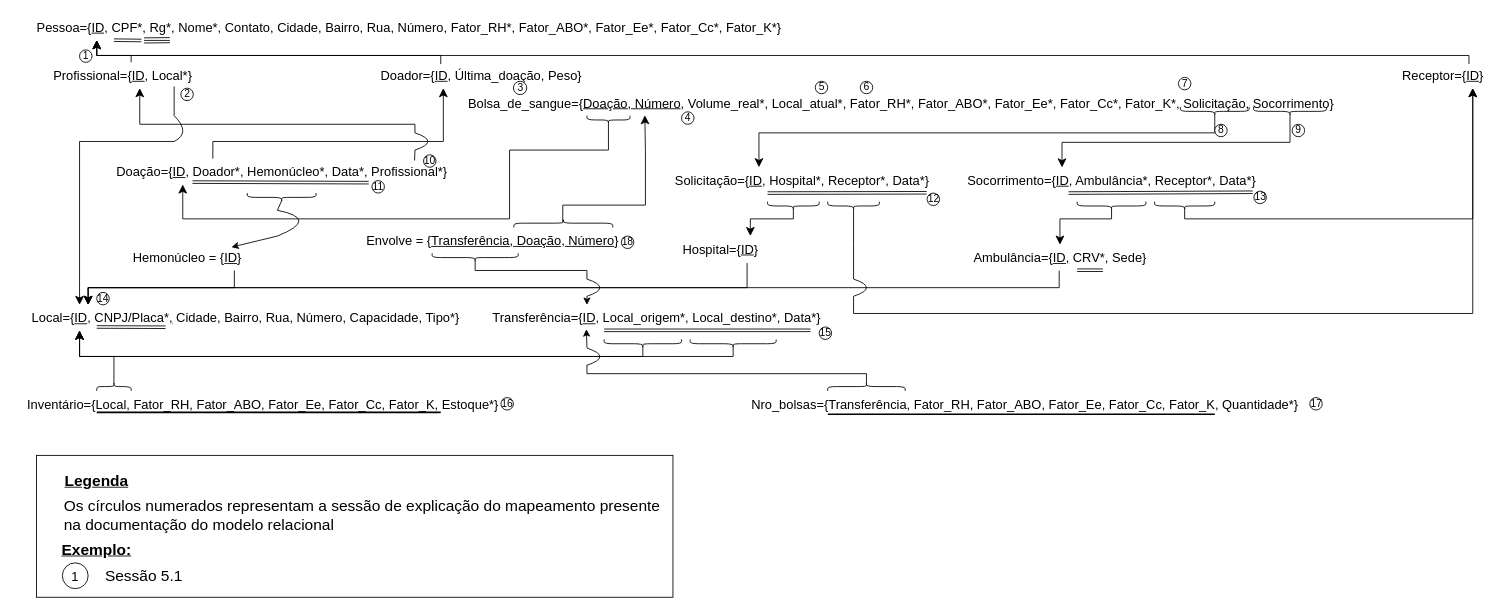
This is Docs/Sangue_Relacional.drawio from XandGVaz/projeto-banco-de-dados, a draw.io file, before an edit. Source tidied: cells renumbered, new cells numbered last; positions are measured from the earlier drawing's top-left corner, leaving out a move shared by most shapes. Both pictures are drawn from the tidied source at 86%, with x=0, y=0 at pixel (15, 14).
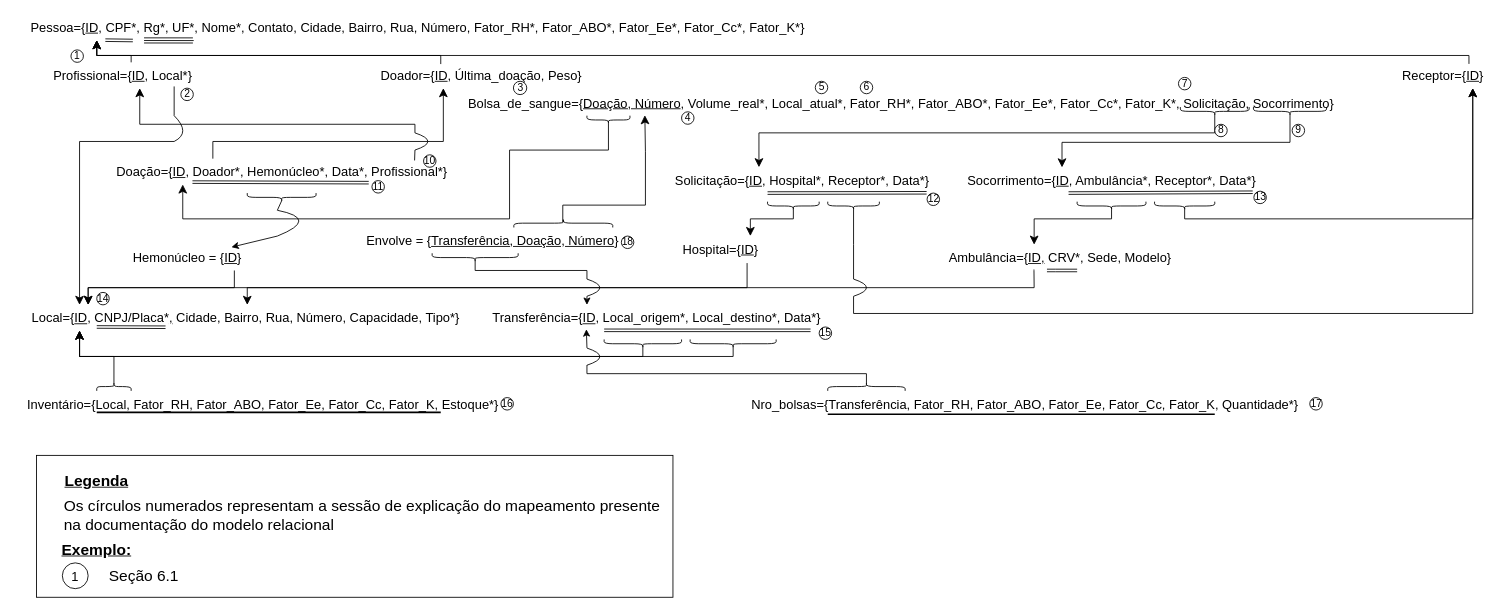
The same page after the edit.

The change refers to these unchanged cells:
```xml
<mxCell id="24" value="&lt;span style=&quot;font-size: 15px;&quot;&gt;Local={&lt;u&gt;ID&lt;/u&gt;, CNPJ/Placa*&lt;u&gt;,&lt;/u&gt;&amp;nbsp;Cidade, Bairro, Rua, Número, Capacidade, Tipo*}&amp;nbsp;&lt;/span&gt;" style="text;html=1;align=center;verticalAlign=middle;points=[];strokeColor=none;fillColor=none;" parent="1" vertex="1">
  <mxGeometry x="5" y="338" width="530" height="30" as="geometry" />
</mxCell>
<mxCell id="39" style="shape=curlyBracket;whiteSpace=wrap;html=1;rounded=1;labelPosition=left;verticalLabelPosition=middle;align=right;verticalAlign=middle;direction=north;" parent="1" vertex="1">
  <mxGeometry x="1235" y="218" width="80" height="10" as="geometry" />
</mxCell>
```

Change to the diagram source:
```diff
@@
-    <mxCell id="2" value="&lt;font style=&quot;font-size: 15px;&quot;&gt;Pessoa={&lt;u&gt;ID,&lt;/u&gt;&amp;nbsp;CPF*, Rg*, Nome*, Contato, Cidade, Bairro, Rua, Número, Fator_RH*, Fator_ABO*, Fator_Ee*, Fator_Cc*, Fator_K*}&amp;nbsp;&lt;/font&gt;" style="text;html=1;align=center;verticalAlign=middle;points=[];strokeColor=none;fillColor=none;" parent="1" vertex="1">
-      <mxGeometry x="15" y="0.2" width="890" height="30" as="geometry" />
+    <mxCell id="2" value="&lt;font style=&quot;font-size: 15px;&quot;&gt;Pessoa={&lt;u&gt;ID,&lt;/u&gt;&amp;nbsp;CPF*, Rg*, UF*, Nome*, Contato, Cidade, Bairro, Rua, Número, Fator_RH*, Fator_ABO*, Fator_Ee*, Fator_Cc*, Fator_K*}&amp;nbsp;&lt;/font&gt;" style="text;html=1;align=center;verticalAlign=middle;points=[];strokeColor=none;fillColor=none;" parent="1" vertex="1">
+      <mxGeometry x="5" y="0.2" width="930" height="30" as="geometry" />
     </mxCell>
     <mxCell id="3" style="endArrow=none;html=1;rounded=0;shape=link;strokeWidth=1;startSize=1;width=3;" parent="1" edge="1">
       <mxGeometry relative="1" as="geometry">
-        <mxPoint x="115" y="30.2" as="sourcePoint" />
-        <mxPoint x="147" y="30.6" as="targetPoint" />
+        <mxPoint x="105" y="30.2" as="sourcePoint" />
+        <mxPoint x="137" y="30.6" as="targetPoint" />
       </mxGeometry>
     </mxCell>
@@
-    <mxCell id="27" value="&lt;font style=&quot;font-size: 15px;&quot;&gt;Ambulância={&lt;u&gt;ID,&lt;/u&gt;&amp;nbsp;CRV*, Sede}&lt;/font&gt;" style="text;html=1;align=center;verticalAlign=middle;points=[];strokeColor=none;fillColor=none;" parent="1" vertex="1">
-      <mxGeometry x="1105" y="268" width="220" height="30" as="geometry" />
+    <mxCell id="27" value="&lt;font style=&quot;font-size: 15px;&quot;&gt;Ambulância={&lt;u&gt;ID,&lt;/u&gt;&amp;nbsp;CRV*, Sede, Modelo}&lt;/font&gt;" style="text;html=1;align=center;verticalAlign=middle;points=[];strokeColor=none;fillColor=none;" parent="1" vertex="1">
+      <mxGeometry x="1075" y="268" width="280" height="30" as="geometry" />
     </mxCell>
@@
-    <mxCell id="32" style="edgeStyle=segmentEdgeStyle;endArrow=classic;html=1;curved=0;rounded=0;endSize=8;startSize=8;exitX=0.496;exitY=1.006;exitDx=0;exitDy=0;exitPerimeter=0;" parent="1" edge="1" source="27" target="24">
+    <mxCell id="32" style="edgeStyle=segmentEdgeStyle;endArrow=classic;html=1;curved=0;rounded=0;endSize=8;startSize=8;exitX=0.392;exitY=0.962;exitDx=0;exitDy=0;exitPerimeter=0;" parent="1" edge="1" source="27" target="24">
       <mxGeometry relative="1" as="geometry">
         <Array as="points">
-          <mxPoint x="1214" y="318" />
-          <mxPoint x="85" y="318" />
+          <mxPoint x="1185" y="298" />
+          <mxPoint x="1185" y="298" />
+          <mxPoint x="1185" y="318" />
+          <mxPoint x="270" y="318" />
         </Array>
       </mxGeometry>
     </mxCell>
@@
     <mxCell id="40" style="edgeStyle=segmentEdgeStyle;endArrow=classic;html=1;curved=0;rounded=0;endSize=8;startSize=8;exitX=0.1;exitY=0.5;exitDx=0;exitDy=0;exitPerimeter=0;" parent="1" edge="1" source="39" target="27">
       <mxGeometry relative="1" as="geometry">
         <Array as="points">
           <mxPoint x="1275" y="238" />
-          <mxPoint x="1215" y="238" />
+          <mxPoint x="1185" y="238" />
         </Array>
       </mxGeometry>
     </mxCell>
@@
     <mxCell id="66" value="1" style="ellipse;whiteSpace=wrap;html=1;" parent="1" vertex="1">
-      <mxGeometry x="75" y="41.5" width="14.5" height="14.5" as="geometry" />
+      <mxGeometry x="65" y="41.5" width="14.5" height="14.5" as="geometry" />
     </mxCell>
@@
-    <mxCell id="86" value="&lt;font style=&quot;font-size: 18px;&quot;&gt;Sessão 5.1&lt;/font&gt;" style="text;strokeColor=none;align=center;fillColor=none;html=1;verticalAlign=middle;whiteSpace=wrap;rounded=0;" parent="1" vertex="1">
+    <mxCell id="86" value="&lt;font style=&quot;font-size: 18px;&quot;&gt;Seção 6.1&lt;/font&gt;" style="text;strokeColor=none;align=center;fillColor=none;html=1;verticalAlign=middle;whiteSpace=wrap;rounded=0;" parent="1" vertex="1">
       <mxGeometry x="95" y="638" width="110" height="30" as="geometry" />
     </mxCell>
@@
-    <mxCell id="89" style="endArrow=none;html=1;rounded=0;shape=link;strokeWidth=1;startSize=1;width=5.961538461538462;" parent="1" edge="1">
+    <mxCell id="89" style="endArrow=none;html=1;rounded=0;shape=link;strokeWidth=1;startSize=1;width=5.961538461538462;entryX=0.217;entryY=1.011;entryDx=0;entryDy=0;entryPerimeter=0;" parent="1" edge="1" target="2">
       <mxGeometry relative="1" as="geometry">
         <mxPoint x="150" y="30.5" as="sourcePoint" />
-        <mxPoint x="180" y="30.2" as="targetPoint" />
       </mxGeometry>
     </mxCell>
-    <mxCell id="90" style="endArrow=none;html=1;rounded=0;" parent="1" edge="1">
+    <mxCell id="90" style="endArrow=none;html=1;rounded=0;entryX=0.218;entryY=1.016;entryDx=0;entryDy=0;entryPerimeter=0;" parent="1" edge="1" target="2">
       <mxGeometry relative="1" as="geometry">
-        <mxPoint x="150" y="30.5" as="sourcePoint" />
-        <mxPoint x="180" y="30.5" as="targetPoint" />
+        <mxPoint x="150" y="30.6" as="sourcePoint" />
       </mxGeometry>
     </mxCell>
@@
-    <mxCell id="92" style="endArrow=none;html=1;rounded=0;shape=link;strokeWidth=1;startSize=1;width=3;entryX=0.727;entryY=0.986;entryDx=0;entryDy=0;entryPerimeter=0;" parent="1" edge="1">
-      <mxGeometry relative="1" as="geometry">
-        <mxPoint x="1235" y="297.7" as="sourcePoint" />
-        <mxPoint x="1264.9" y="297.7" as="targetPoint" />
-      </mxGeometry>
-    </mxCell>
@@
+    <mxCell id="92" style="endArrow=none;html=1;rounded=0;shape=link;strokeWidth=1;startSize=1;width=3;exitX=0.458;exitY=0.94;exitDx=0;exitDy=0;exitPerimeter=0;" parent="1" edge="1">
+      <mxGeometry relative="1" as="geometry">
+        <mxPoint x="1199.9" y="298" as="sourcePoint" />
+        <mxPoint x="1235" y="298" as="targetPoint" />
+        <Array as="points">
+          <mxPoint x="1215" y="298" />
+          <mxPoint x="1210.1" y="298" />
+        </Array>
+      </mxGeometry>
+    </mxCell>
```
